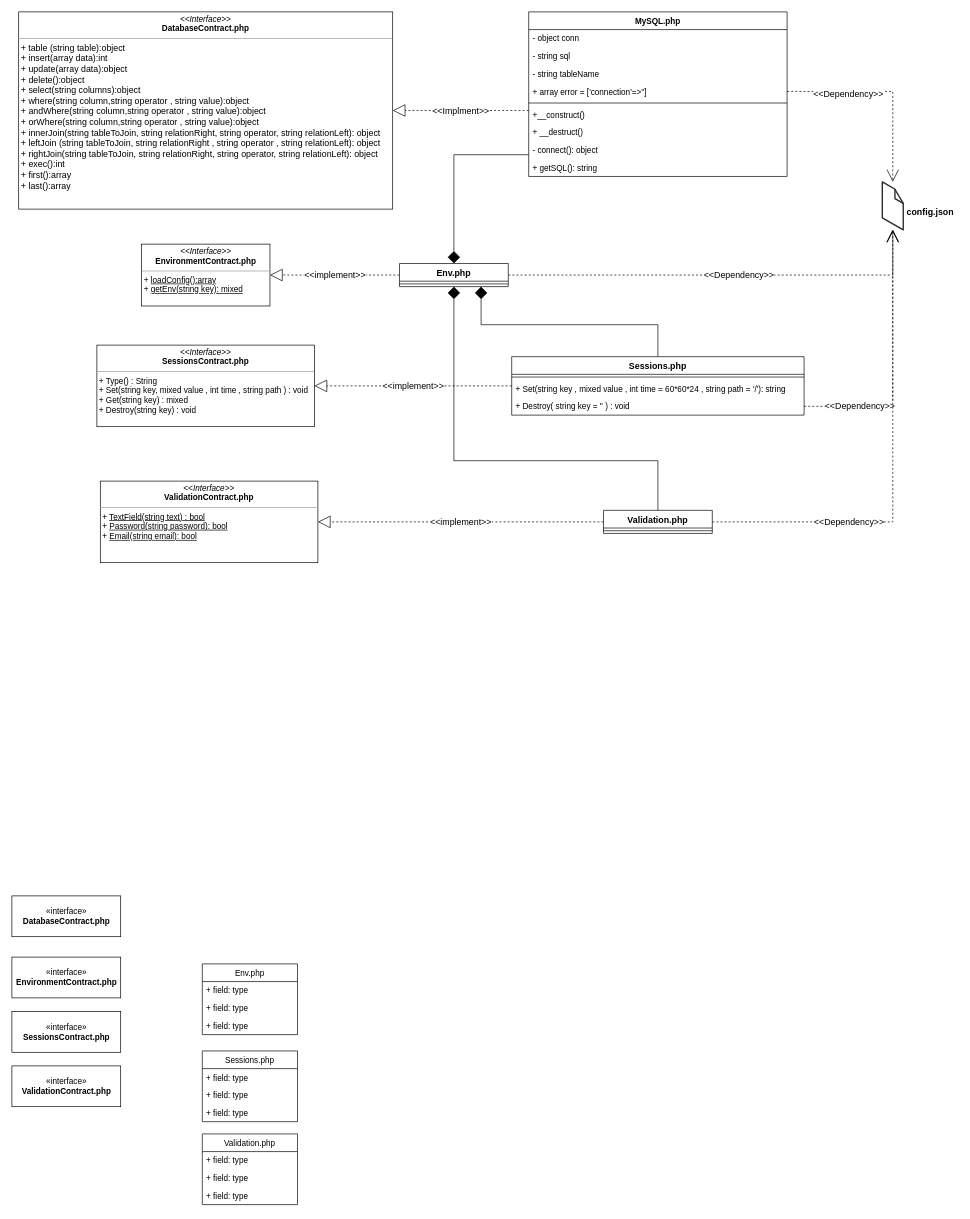
Earlier version of the draw.io diagram UML/diagram.drawio (khaledfathi/Eraasoft_Core_MVC). Source tidied: cells renumbered, new cells numbered last; positions are measured from the earlier drawing's top-left corner, leaving out a move shared by most shapes. Both pictures are drawn from the tidied source at 68%, with x=0, y=0 at pixel (12, 12).
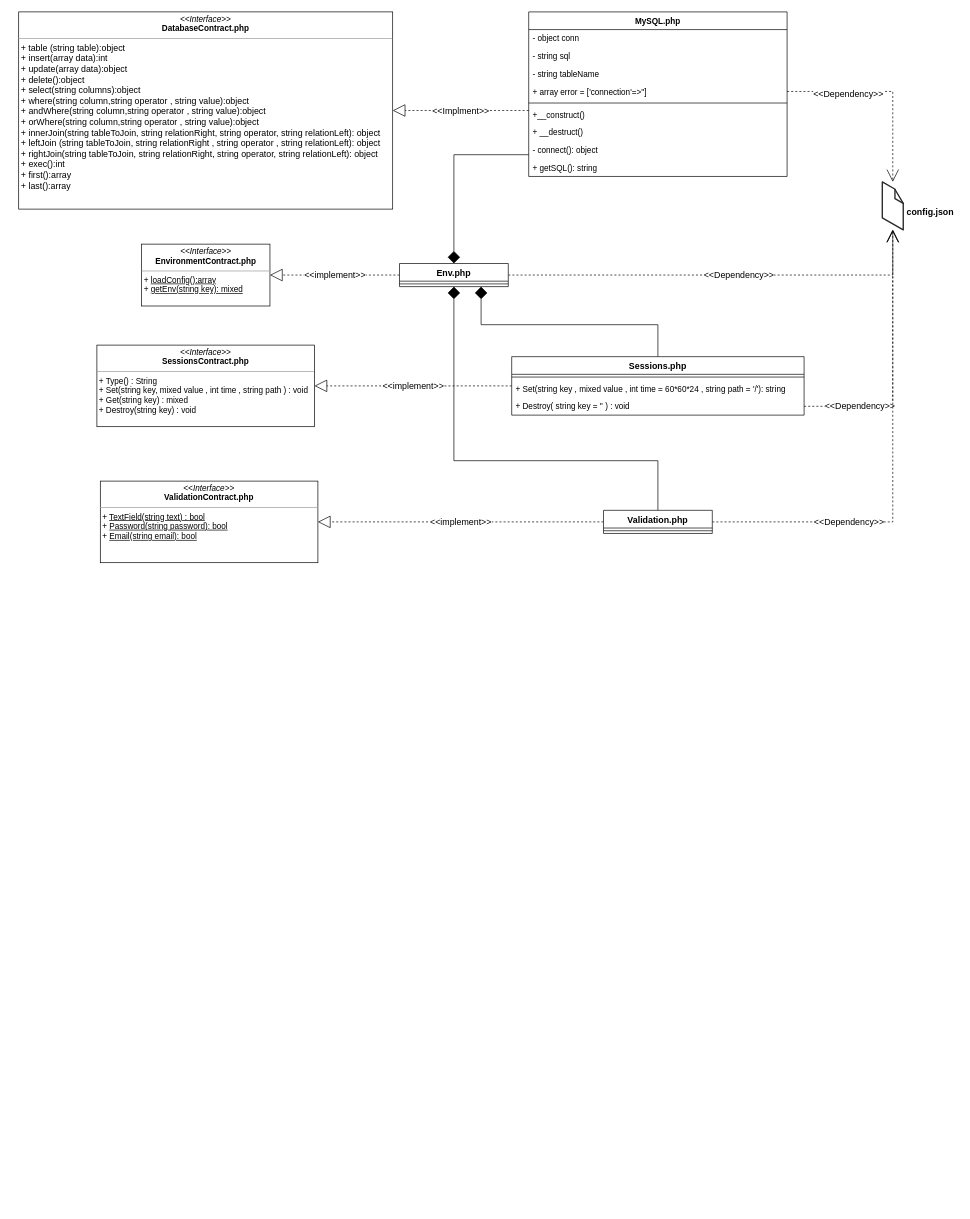
The same diagram, later.

Diff of the diagram source:
```diff
@@
-    <mxCell id="2" value="«interface»&lt;br&gt;&lt;b&gt;DatabaseContract.php                  &lt;/b&gt;" style="html=1;" parent="1" vertex="1">
-      <mxGeometry y="1300" width="160" height="60" as="geometry" />
-    </mxCell>
-    <mxCell id="3" value="«interface»&lt;br&gt;&lt;b&gt;EnvironmentContract.php&lt;/b&gt;" style="html=1;" parent="1" vertex="1">
-      <mxGeometry y="1390" width="160" height="60" as="geometry" />
-    </mxCell>
-    <mxCell id="4" value="«interface»&lt;br&gt;&lt;b&gt;SessionsContract.php&lt;/b&gt;" style="html=1;" parent="1" vertex="1">
-      <mxGeometry y="1470" width="160" height="60" as="geometry" />
-    </mxCell>
-    <mxCell id="5" value="«interface»&lt;br&gt;&lt;b&gt;ValidationContract.php&lt;/b&gt;" style="html=1;" parent="1" vertex="1">
-      <mxGeometry y="1550" width="160" height="60" as="geometry" />
-    </mxCell>
-    <mxCell id="6" value="Env.php" style="swimlane;fontStyle=0;horizontal=1;startSize=26;fillColor=none;" parent="1" vertex="1">
-      <mxGeometry x="280" y="1400" width="140" height="104" as="geometry" />
-    </mxCell>
-    <mxCell id="7" value="+ field: type" style="text;strokeColor=none;fillColor=none;align=left;verticalAlign=top;spacingLeft=4;spacingRight=4;overflow=hidden;" parent="6" vertex="1">
-      <mxGeometry y="26" width="140" height="26" as="geometry" />
-    </mxCell>
-    <mxCell id="8" value="+ field: type" style="text;strokeColor=none;fillColor=none;align=left;verticalAlign=top;spacingLeft=4;spacingRight=4;overflow=hidden;" parent="6" vertex="1">
-      <mxGeometry y="52" width="140" height="26" as="geometry" />
-    </mxCell>
-    <mxCell id="9" value="+ field: type" style="text;strokeColor=none;fillColor=none;align=left;verticalAlign=top;spacingLeft=4;spacingRight=4;overflow=hidden;" parent="6" vertex="1">
-      <mxGeometry y="78" width="140" height="26" as="geometry" />
-    </mxCell>
-    <mxCell id="10" value="Sessions.php" style="swimlane;fontStyle=0;horizontal=1;startSize=26;fillColor=none;" parent="1" vertex="1">
-      <mxGeometry x="280" y="1528" width="140" height="104" as="geometry" />
-    </mxCell>
-    <mxCell id="11" value="+ field: type" style="text;strokeColor=none;fillColor=none;align=left;verticalAlign=top;spacingLeft=4;spacingRight=4;overflow=hidden;" parent="10" vertex="1">
-      <mxGeometry y="26" width="140" height="26" as="geometry" />
-    </mxCell>
-    <mxCell id="12" value="+ field: type" style="text;strokeColor=none;fillColor=none;align=left;verticalAlign=top;spacingLeft=4;spacingRight=4;overflow=hidden;" parent="10" vertex="1">
-      <mxGeometry y="52" width="140" height="26" as="geometry" />
-    </mxCell>
-    <mxCell id="13" value="+ field: type" style="text;strokeColor=none;fillColor=none;align=left;verticalAlign=top;spacingLeft=4;spacingRight=4;overflow=hidden;" parent="10" vertex="1">
-      <mxGeometry y="78" width="140" height="26" as="geometry" />
-    </mxCell>
-    <mxCell id="14" value="Validation.php" style="swimlane;fontStyle=0;horizontal=1;startSize=26;fillColor=none;" parent="1" vertex="1">
-      <mxGeometry x="280" y="1650" width="140" height="104" as="geometry" />
-    </mxCell>
-    <mxCell id="15" value="+ field: type" style="text;strokeColor=none;fillColor=none;align=left;verticalAlign=top;spacingLeft=4;spacingRight=4;overflow=hidden;" parent="14" vertex="1">
-      <mxGeometry y="26" width="140" height="26" as="geometry" />
-    </mxCell>
-    <mxCell id="16" value="+ field: type" style="text;strokeColor=none;fillColor=none;align=left;verticalAlign=top;spacingLeft=4;spacingRight=4;overflow=hidden;" parent="14" vertex="1">
-      <mxGeometry y="52" width="140" height="26" as="geometry" />
-    </mxCell>
-    <mxCell id="17" value="+ field: type" style="text;strokeColor=none;fillColor=none;align=left;verticalAlign=top;spacingLeft=4;spacingRight=4;overflow=hidden;" parent="14" vertex="1">
-      <mxGeometry y="78" width="140" height="26" as="geometry" />
-    </mxCell>
```
